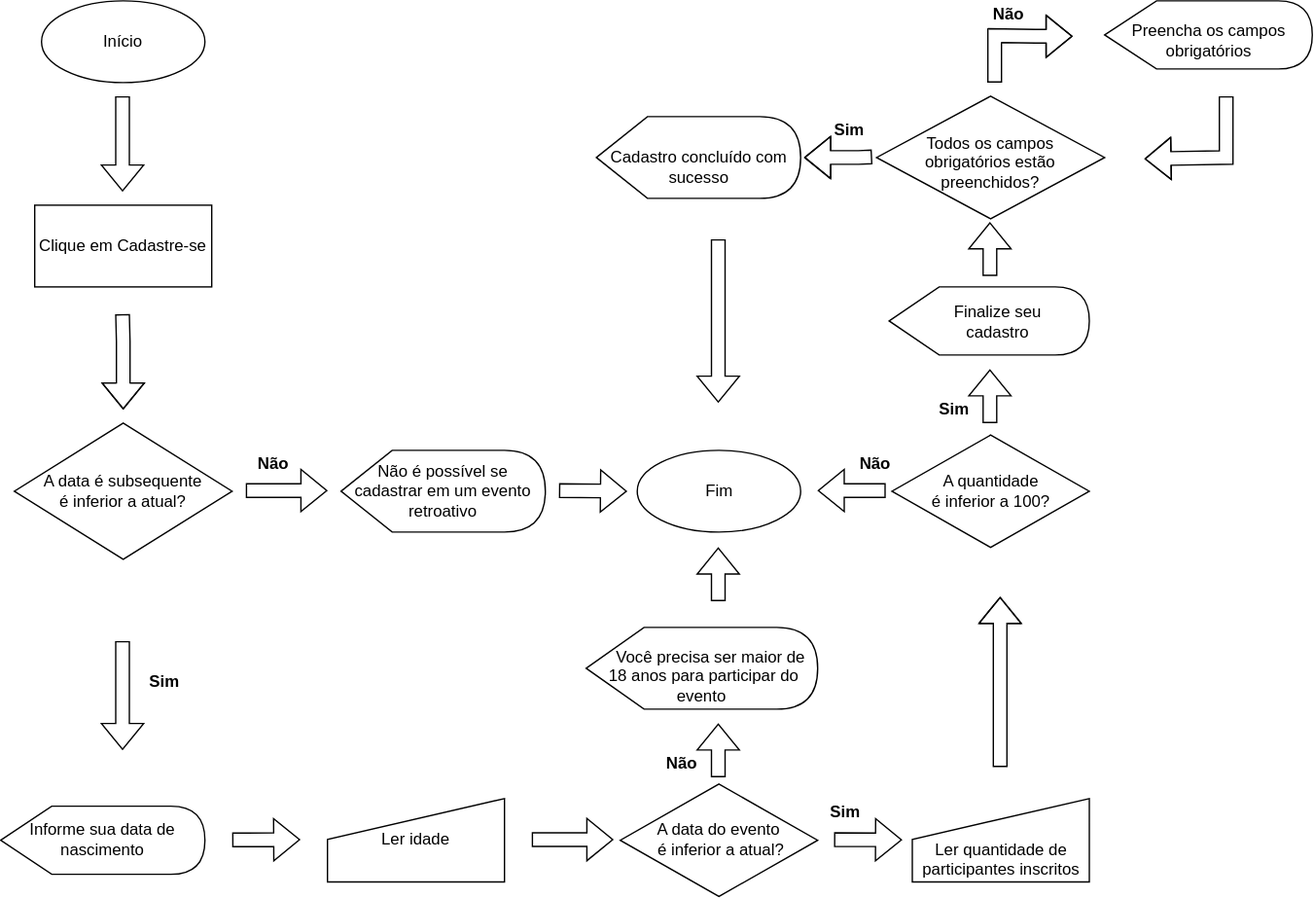
This is Untitled Diagram.drawio.svg from bijj2/senai-versoes-colaboracoes, a draw.io export, as it was before one commit. Source tidied: cells renumbered, new cells last; positions are measured from the earlier drawing's top-left corner, leaving out a move shared by most shapes.
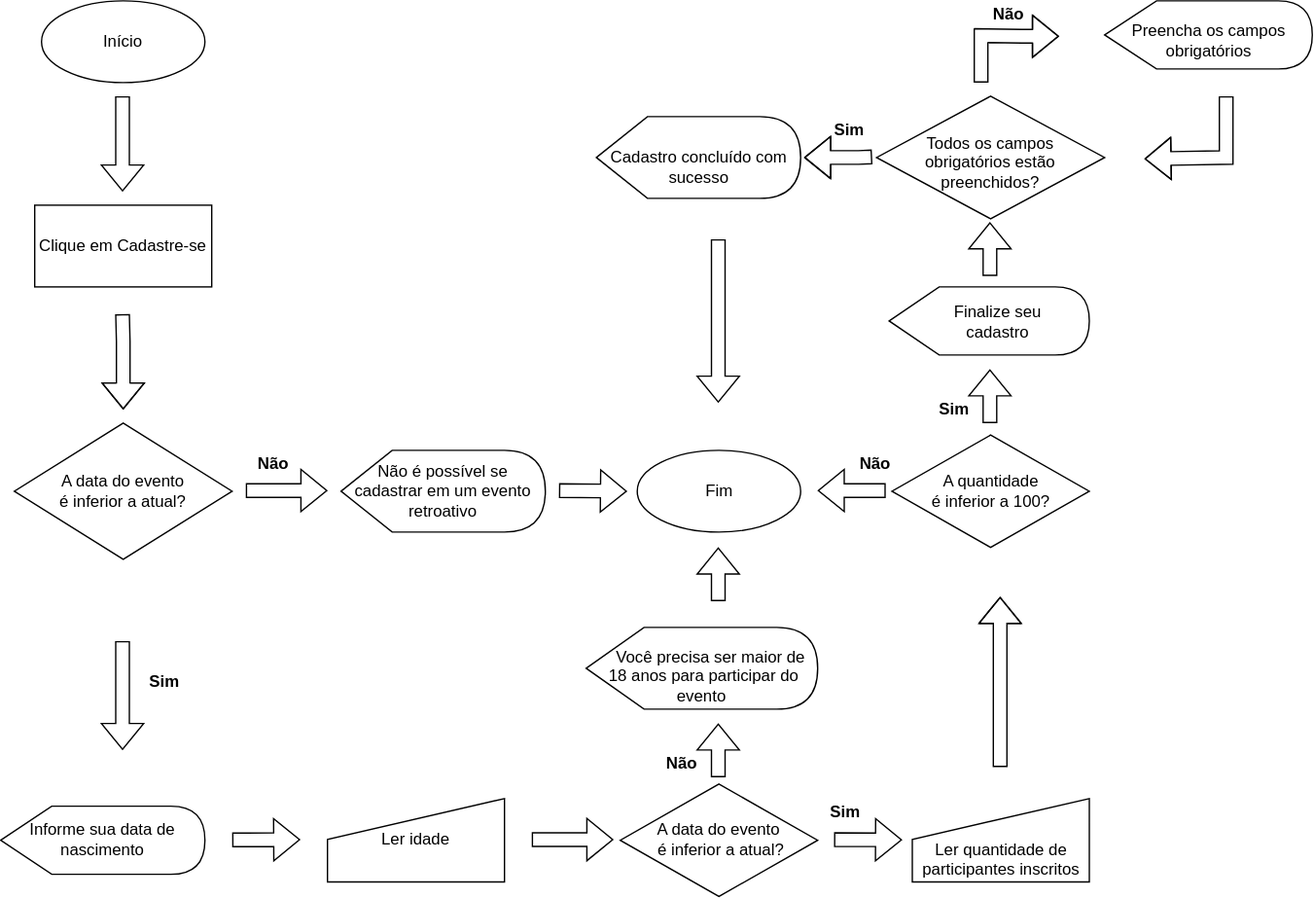
The same file after the commit.

What changed in the source:
```diff
@@ -8,7 +8,7 @@
     <mxCell id="3" value="Clique em Cadastre-se" style="rounded=0;whiteSpace=wrap;html=1;" parent="1" vertex="1">
       <mxGeometry x="25" y="150" width="130" height="60" as="geometry" />
     </mxCell>
-    <mxCell id="4" value="A data é subsequente &lt;br&gt;é inferior a atual?" style="rhombus;whiteSpace=wrap;html=1;" parent="1" vertex="1">
+    <mxCell id="4" value="A data do evento&lt;br&gt;é inferior a atual?" style="rhombus;whiteSpace=wrap;html=1;" parent="1" vertex="1">
       <mxGeometry x="10" y="310" width="160" height="100" as="geometry" />
     </mxCell>
     <mxCell id="5" style="shape=flexArrow;endArrow=classic;html=1;rounded=0;" parent="1" edge="1">
@@ -166,11 +166,11 @@
     </mxCell>
     <mxCell id="38" style="shape=flexArrow;endArrow=classic;html=1;rounded=0;" parent="1" edge="1">
       <mxGeometry relative="1" as="geometry">
-        <mxPoint x="730" y="60" as="sourcePoint" />
-        <mxPoint x="787.2" y="26" as="targetPoint" />
+        <mxPoint x="720" y="60" as="sourcePoint" />
+        <mxPoint x="777.2" y="26" as="targetPoint" />
         <Array as="points">
-          <mxPoint x="730" y="25.5" />
-          <mxPoint x="760" y="26" />
+          <mxPoint x="720" y="25.5" />
+          <mxPoint x="750" y="26" />
         </Array>
       </mxGeometry>
     </mxCell>
```
